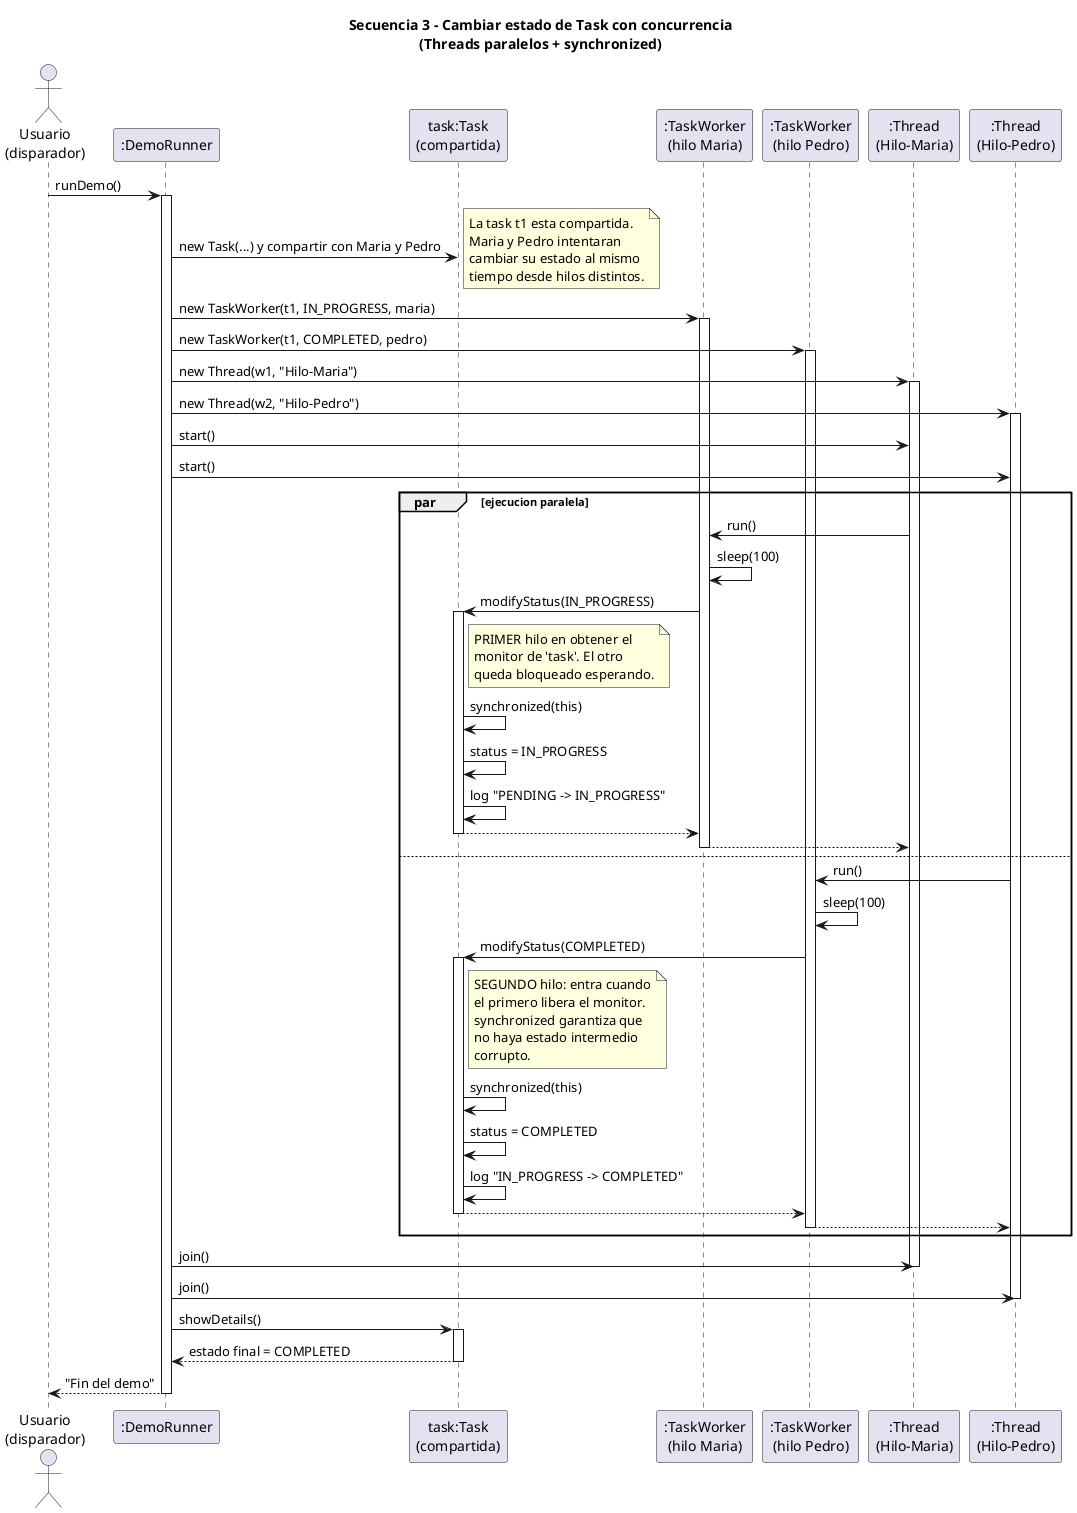
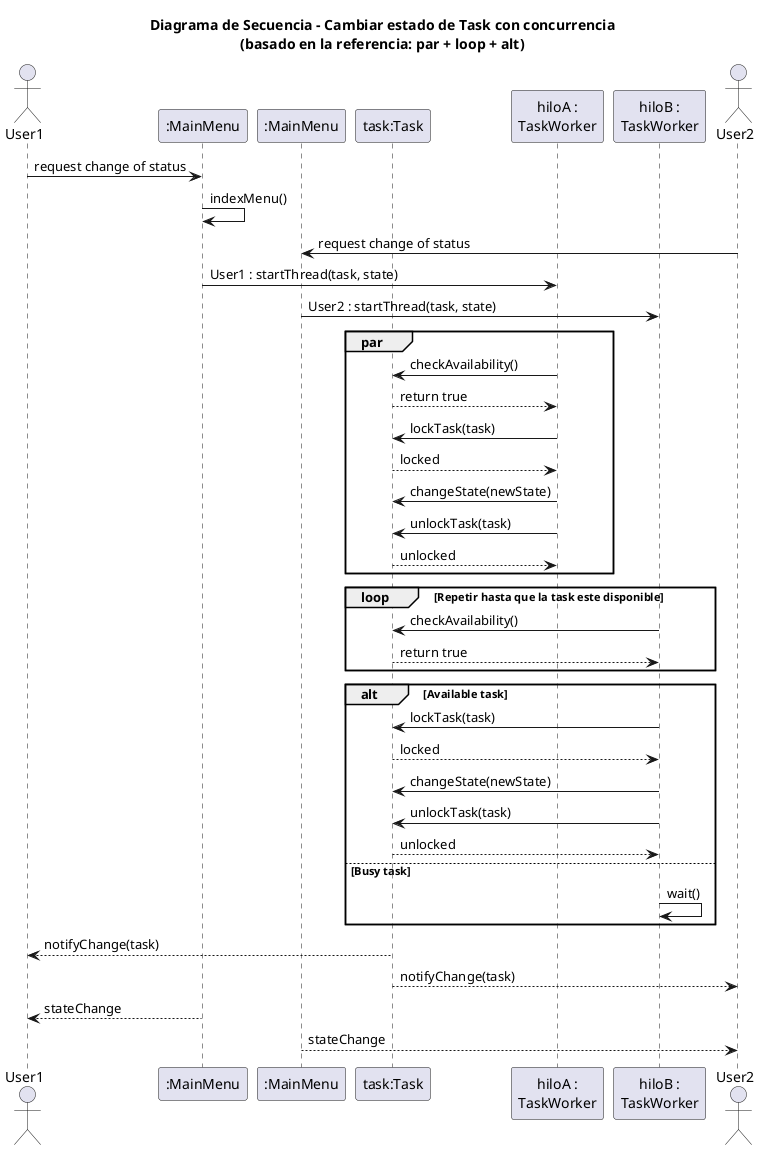
@startuml SecuenciaCambiarEstado
- title Secuencia 3 - Cambiar estado de Task con concurrencia\n(Threads paralelos + synchronized)
+ title Diagrama de Secuencia - Cambiar estado de Task con concurrencia\n(basado en la referencia: par + loop + alt)

- actor "Usuario\n(disparador)" as U
- participant ":DemoRunner" as demo
- participant "task:Task\n(compartida)" as task
- participant ":TaskWorker\n(hilo Maria)" as w1
- participant ":TaskWorker\n(hilo Pedro)" as w2
- participant ":Thread\n(Hilo-Maria)" as t1
- participant ":Thread\n(Hilo-Pedro)" as t2
+ actor User1
+ participant ":MainMenu" as menu1
+ participant ":MainMenu" as menu2
+ participant "task:Task" as task
+ participant "hiloA :\nTaskWorker" as hiloA
+ participant "hiloB :\nTaskWorker" as hiloB
+ actor User2

- U -> demo : runDemo()
- activate demo
+ User1 -> menu1 : request change of status
+ menu1 -> menu1 : indexMenu()

- demo -> task : new Task(...) y compartir con Maria y Pedro
- note right
-   La task t1 esta compartida.
-   Maria y Pedro intentaran
-   cambiar su estado al mismo
-   tiempo desde hilos distintos.
- end note
+ User2 -> menu2 : request change of status

- demo -> w1 : new TaskWorker(t1, IN_PROGRESS, maria)
- activate w1
- demo -> w2 : new TaskWorker(t1, COMPLETED, pedro)
- activate w2
+ menu1 -> hiloA : User1 : startThread(task, state)
+ menu2 -> hiloB : User2 : startThread(task, state)

- demo -> t1 : new Thread(w1, "Hilo-Maria")
- activate t1
- demo -> t2 : new Thread(w2, "Hilo-Pedro")
- activate t2
- 
- ' === ARRANQUE DE LOS HILOS ===
- demo -> t1 : start()
- demo -> t2 : start()
- 
- ' === EJECUCION CONCURRENTE ===
- par ejecucion paralela
-   t1 -> w1 : run()
-   w1 -> w1 : sleep(100)
-   w1 -> task : modifyStatus(IN_PROGRESS)
-   activate task
-   note right of task
-     PRIMER hilo en obtener el
-     monitor de 'task'. El otro
-     queda bloqueado esperando.
-   end note
-   task -> task : synchronized(this)
-   task -> task : status = IN_PROGRESS
-   task -> task : log "PENDING -> IN_PROGRESS"
-   task --> w1
-   deactivate task
-   w1 --> t1
-   deactivate w1
- else
-   t2 -> w2 : run()
-   w2 -> w2 : sleep(100)
-   w2 -> task : modifyStatus(COMPLETED)
-   activate task
-   note right of task
-     SEGUNDO hilo: entra cuando
-     el primero libera el monitor.
-     synchronized garantiza que
-     no haya estado intermedio
-     corrupto.
-   end note
-   task -> task : synchronized(this)
-   task -> task : status = COMPLETED
-   task -> task : log "IN_PROGRESS -> COMPLETED"
-   task --> w2
-   deactivate task
-   w2 --> t2
-   deactivate w2
+ par
+   hiloA -> task : checkAvailability()
+   task --> hiloA : return true
+   hiloA -> task : lockTask(task)
+   task --> hiloA : locked
+   hiloA -> task : changeState(newState)
+   hiloA -> task : unlockTask(task)
+   task --> hiloA : unlocked
end

- demo -> t1 : join()
- deactivate t1
- demo -> t2 : join()
- deactivate t2
+ loop Repetir hasta que la task este disponible
+   hiloB -> task : checkAvailability()
+   task --> hiloB : return true
+ end

- demo -> task : showDetails()
- activate task
- task --> demo : estado final = COMPLETED
- deactivate task
+ alt Available task
+   hiloB -> task : lockTask(task)
+   task --> hiloB : locked
+   hiloB -> task : changeState(newState)
+   hiloB -> task : unlockTask(task)
+   task --> hiloB : unlocked
+ else Busy task
+   hiloB -> hiloB : wait()
+ end

- demo --> U : "Fin del demo"
- deactivate demo
+ task --> User1 : notifyChange(task)
+ task --> User2 : notifyChange(task)
+ 
+ menu1 --> User1 : stateChange
+ menu2 --> User2 : stateChange

@enduml
